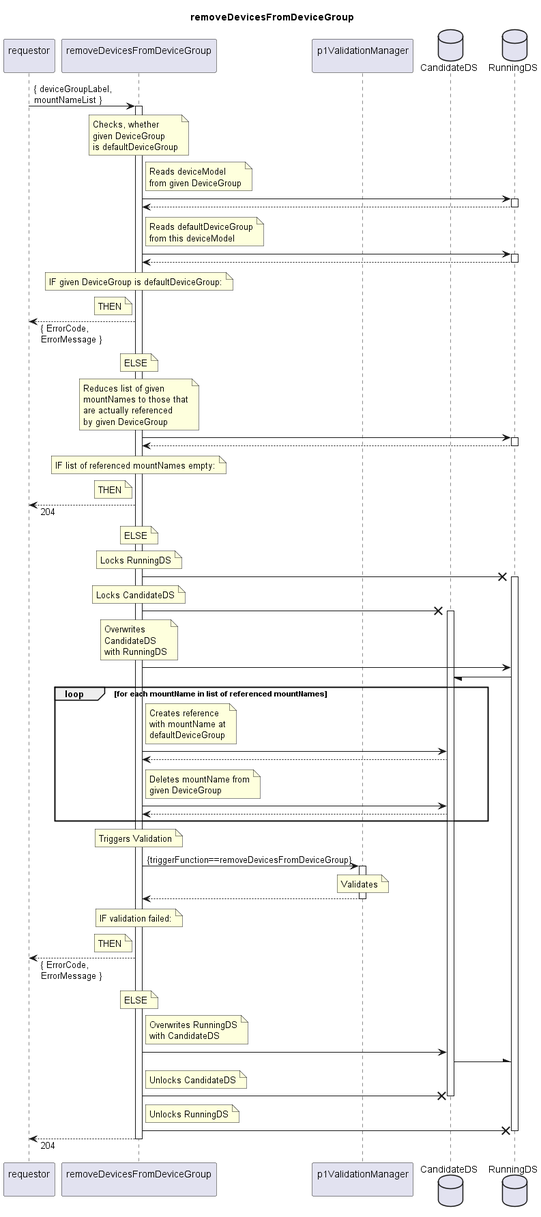
Before: spec/Services/removeDevicesFromDeviceGroup/1.0.0/removeDevicesFromDeviceGroup.png, a diagram exported from PlantUML (openBackhaul/FirmWareManager).
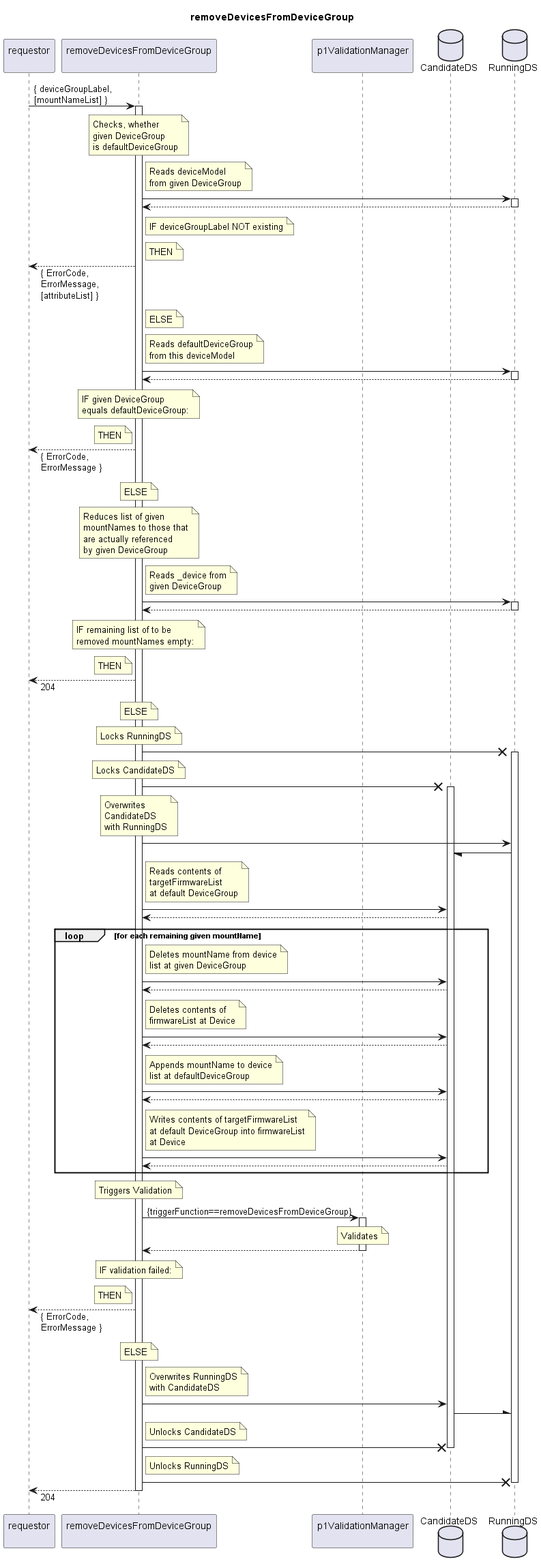
Above is the later version.

Change to the diagram source:
```diff
@@ -11,7 +11,7 @@
 database "CandidateDS" as CanDS
 database "RunningDS" as RunDS
 
-requestor -> remDev: { deviceGroupLabel,\nmountNameList }
+requestor -> remDev: { deviceGroupLabel,\n[mountNameList] }
 activate remDev
 
   note over remDev
@@ -28,6 +28,17 @@
   remDev <-- RunDS
   deactivate RunDS
   note right remDev
+    IF deviceGroupLabel NOT existing
+  end note
+  note right remDev
+    THEN
+  end note
+  requestor <-- remDev: { ErrorCode,\nErrorMessage,\n[attributeList] }
+  note right remDev
+    ELSE
+  end note
+
+  note right remDev
     Reads defaultDeviceGroup
     from this deviceModel
   end note
@@ -36,7 +47,8 @@
   remDev <-- RunDS
   deactivate RunDS
   note over remDev
-    IF given DeviceGroup is defaultDeviceGroup:
+    IF given DeviceGroup
+    equals defaultDeviceGroup:
   end note
   note left remDev
     THEN
@@ -52,12 +64,17 @@
     are actually referenced
     by given DeviceGroup
   end note
+  note right remDev
+    Reads _device from
+    given DeviceGroup
+  end note
   remDev -> RunDS
   activate RunDS
   remDev <-- RunDS
   deactivate RunDS
   note over remDev
-    IF list of referenced mountNames empty:
+    IF remaining list of to be
+    removed mountNames empty:
   end note
   note left remDev
     THEN
@@ -85,17 +102,40 @@
   remDev -> RunDS
   RunDS -/ CanDS
 
-  loop for each mountName in list of referenced mountNames
     note right remDev
-      Creates reference
-      with mountName at
-      defaultDeviceGroup
+      Reads contents of
+      targetFirmwareList
+      at default DeviceGroup
     end note
     remDev -> CanDS
     remDev <-- CanDS
+
+  loop for each remaining given mountName
     note right remDev
-      Deletes mountName from
-      given DeviceGroup
+      Deletes mountName from device
+      list at given DeviceGroup
+    end note
+    remDev -> CanDS
+    remDev <-- CanDS
+
+    note right remDev
+      Deletes contents of
+      firmwareList at Device
+    end note
+    remDev -> CanDS
+    remDev <-- CanDS
+
+    note right remDev
+      Appends mountName to device
+      list at defaultDeviceGroup
+    end note
+    remDev -> CanDS
+    remDev <-- CanDS
+
+    note right remDev
+      Writes contents of targetFirmwareList
+      at default DeviceGroup into firmwareList
+      at Device
     end note
     remDev -> CanDS
     remDev <-- CanDS
```
